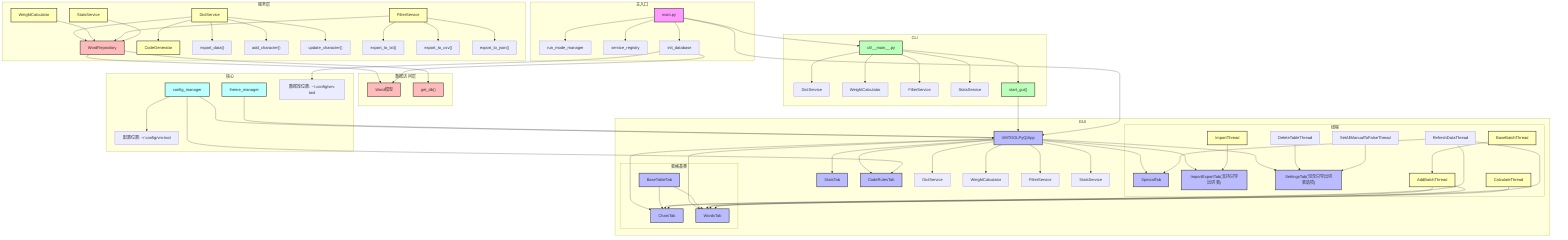
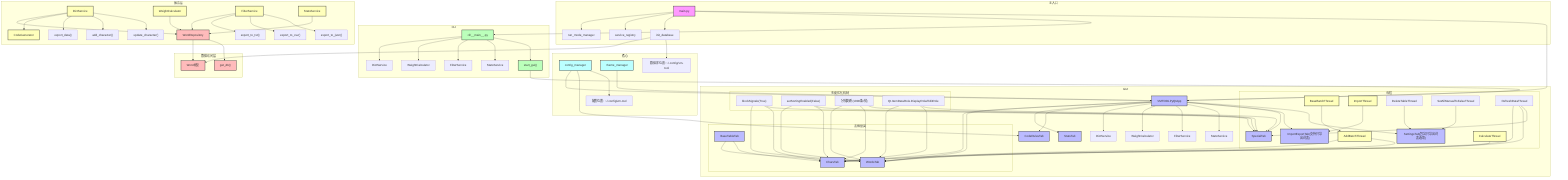
flowchart TD
    subgraph 主入口
        main["main.py"] --> run_mode["run_mode_manager"]
        main --> service_registry["service_registry"]
        main --> init_db["init_database"]
    end

    subgraph GUI
        VMTOOLPyQtApp["VMTOOLPyQtApp"] --> CharsTab["CharsTab"]
        VMTOOLPyQtApp --> SpecialTab["SpecialTab"]
        VMTOOLPyQtApp --> WordsTab["WordsTab"]
        VMTOOLPyQtApp --> StatsTab["StatsTab"]
        VMTOOLPyQtApp --> ImportExportTab["ImportExportTab(支持只导出词表)"]
        VMTOOLPyQtApp --> CodeRulesTab["CodeRulesTab"]
        VMTOOLPyQtApp --> SettingsTab["SettingsTab(包含只导出词表选项)"]
        VMTOOLPyQtApp --> DictService_GUI["DictService"]
        VMTOOLPyQtApp --> WeightCalculator_GUI["WeightCalculator"]
        VMTOOLPyQtApp --> FilterService_GUI["FilterService"]
        VMTOOLPyQtApp --> StatsService_GUI["StatsService"]

        subgraph 表格基类
            BaseTableTab["BaseTableTab"] --> WordsTab
            BaseTableTab --> CharsTab
        end

        subgraph 线程
            BaseBatchThread["BaseBatchThread"] --> AddBatchThread["AddBatchThread"]
            AddBatchThread --> WordsTab
            AddBatchThread --> CharsTab
            ImportThread["ImportThread"] --> ImportExportTab
            CalculateThread["CalculateThread"] --> WordsTab
            DeleteTableThread["DeleteTableThread"] --> SettingsTab
            SetAllManualToFalseThread["SetAllManualToFalseThread"] --> SettingsTab
            RefreshDataThread["RefreshDataThread"] --> WordsTab
            RefreshDataThread --> CharsTab
            RefreshDataThread --> SpecialTab
+         end
+ 
+         subgraph 性能优化机制
+             BlockSignals["blockSignals(True)"] --> WordsTab
+             BlockSignals --> CharsTab
+             BlockSignals --> SpecialTab
+             DisableSorting["setSortingEnabled(False)"] --> WordsTab
+             DisableSorting --> CharsTab
+             DisableSorting --> SpecialTab
+             BatchUpdate["分批更新(1000条/批)"] --> WordsTab
+             BatchUpdate --> CharsTab
+             BatchUpdate --> SpecialTab
+             DataRole["Qt.ItemDataRole.DisplayRole/EditRole"] --> WordsTab
+             DataRole --> CharsTab
+             DataRole --> SpecialTab
        end
    end

    subgraph CLI
        CLI_Main["cli/__main__.py"] --> DictService_CLI["DictService"]
        CLI_Main --> WeightCalculator_CLI["WeightCalculator"]
        CLI_Main --> FilterService_CLI["FilterService"]
        CLI_Main --> StatsService_CLI["StatsService"]
        CLI_Main --> start_gui["start_gui()"]
        start_gui --> VMTOOLPyQtApp
    end

    subgraph 服务层
        DictService["DictService"] --> WordRepository["WordRepository"]
        DictService --> CodeGenerator["CodeGenerator"]
        DictService --> export_data["export_data()"]
        DictService --> add_character["add_character()"]
        DictService --> update_character["update_character()"]
        WeightCalculator["WeightCalculator"] --> WordRepository
        FilterService["FilterService"] --> WordRepository
        FilterService --> export_to_txt["export_to_txt()"]
        FilterService --> export_to_csv["export_to_csv()"]
        FilterService --> export_to_json["export_to_json()"]
        StatsService["StatsService"] --> WordRepository
    end

    subgraph 数据访问层
        WordRepository --> Word["Word模型"]
        WordRepository --> get_db["get_db()"]
        init_db --> Word
    end

    subgraph 核心
        config_manager["config_manager"] --> VMTOOLPyQtApp
        config_manager --> CodeRulesTab
        theme_manager["theme_manager"] --> VMTOOLPyQtApp
        config_manager --> config_location["配置位置: ~/.config/vm-tool"]
        init_db --> db_location["数据库位置: ~/.config/vm-tool"]
    end

    main --> CLI_Main
    main --> VMTOOLPyQtApp

    classDef main fill:#f9f,stroke:#333,stroke-width:2px;
    classDef gui fill:#bbf,stroke:#333,stroke-width:2px;
    classDef cli fill:#bfb,stroke:#333,stroke-width:2px;
    classDef service fill:#ffb,stroke:#333,stroke-width:2px;
    classDef dal fill:#fbb,stroke:#333,stroke-width:2px;
    classDef core fill:#bff,stroke:#333,stroke-width:2px;

    class main main;
    class VMTOOLPyQtApp,CharsTab,SpecialTab,WordsTab,StatsTab,ImportExportTab,CodeRulesTab,SettingsTab,BaseTableTab gui;
    class CLI_Main,start_gui cli;
    class DictService,WeightCalculator,FilterService,StatsService,CodeGenerator service;
    class WordRepository,Word,get_db,dal dal;
    class config_manager,theme_manager core;
    class BaseBatchThread,AddBatchThread,ImportThread,CalculateThread service;